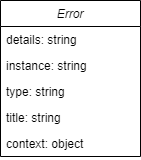
Earlier version of the draw.io export .gitbook/assets/model_error.png (Bernardo-MG/development-docs-architecture). Source tidied: cells renumbered, new cells last; positions are measured from the earlier drawing's top-left corner, leaving out a move shared by most shapes.
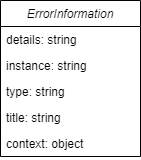
Above is the later version.

Commit message:
GitBook: [#97] No subject

What changed in the source:
```diff
@@ -2,7 +2,7 @@
   <root>
     <mxCell id="0" />
     <mxCell id="1" parent="0" />
-    <mxCell id="2" value="Error" style="swimlane;fontStyle=2;horizontal=1;startSize=26;fillColor=none;" parent="1" vertex="1">
+    <mxCell id="2" value="ErrorInformation" style="swimlane;fontStyle=2;horizontal=1;startSize=26;fillColor=none;" parent="1" vertex="1">
       <mxGeometry width="140" height="156" as="geometry" />
     </mxCell>
     <mxCell id="3" value="details: string" style="text;strokeColor=none;fillColor=none;align=left;verticalAlign=top;spacingLeft=4;spacingRight=4;overflow=hidden;" parent="2" vertex="1">
```
